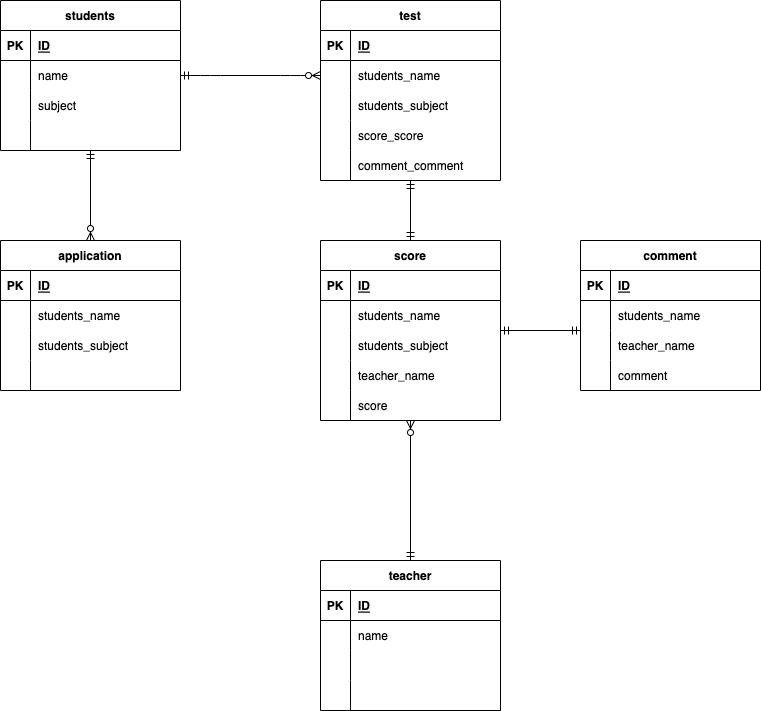
The draw.io diagram exercise.drawio.png in tanakak2206/Database-design-exercise, before a commit. Source tidied: cells renumbered, new cells last; positions are measured from the earlier drawing's top-left corner, leaving out a move shared by most shapes.
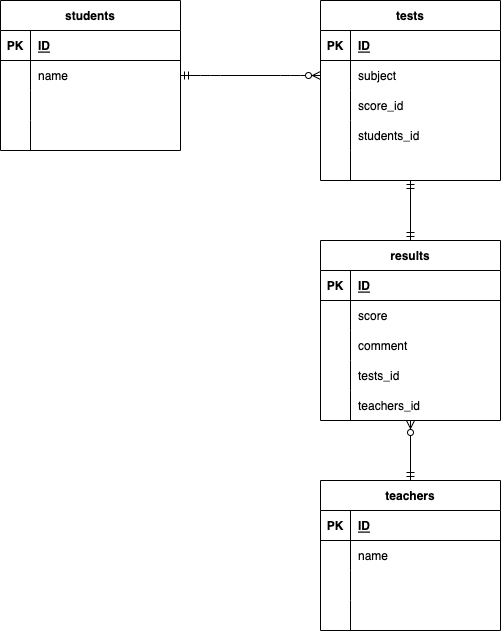
After the commit.

Diff of the diagram source:
```diff
@@ -29,7 +29,7 @@
     <mxCell id="10" style="shape=partialRectangle;fillColor=none;top=0;left=0;bottom=0;right=0;overflow=hidden;" parent="9" vertex="1">
       <mxGeometry width="30" height="30" as="geometry" />
     </mxCell>
-    <mxCell id="11" value="subject" style="shape=partialRectangle;fillColor=none;top=0;left=0;bottom=0;right=0;align=left;spacingLeft=6;overflow=hidden;" parent="9" vertex="1">
+    <mxCell id="11" style="shape=partialRectangle;fillColor=none;top=0;left=0;bottom=0;right=0;align=left;spacingLeft=6;overflow=hidden;" parent="9" vertex="1">
       <mxGeometry x="30" width="150" height="30" as="geometry" />
     </mxCell>
     <mxCell id="12" style="shape=partialRectangle;fillColor=none;top=0;left=0;bottom=0;right=0;" parent="2" vertex="1">
@@ -41,7 +41,7 @@
     <mxCell id="14" style="shape=partialRectangle;fillColor=none;top=0;left=0;bottom=0;right=0;align=left;spacingLeft=6;overflow=hidden;" parent="12" vertex="1">
       <mxGeometry x="30" width="150" height="30" as="geometry" />
     </mxCell>
-    <mxCell id="15" value="test" style="shape=table;startSize=30;rowLines=0;fontStyle=1;align=center;" parent="1" vertex="1">
+    <mxCell id="15" value="tests" style="shape=table;startSize=30;rowLines=0;fontStyle=1;align=center;" parent="1" vertex="1">
       <mxGeometry x="320" width="180" height="180" as="geometry" />
     </mxCell>
     <mxCell id="16" style="shape=partialRectangle;fillColor=none;top=0;left=0;bottom=1;right=0;" parent="15" vertex="1">
@@ -59,7 +59,7 @@
     <mxCell id="20" style="shape=partialRectangle;fillColor=none;top=0;left=0;bottom=0;right=0;overflow=hidden;" parent="19" vertex="1">
       <mxGeometry width="30" height="30" as="geometry" />
     </mxCell>
-    <mxCell id="21" value="students_name" style="shape=partialRectangle;fillColor=none;top=0;left=0;bottom=0;right=0;align=left;spacingLeft=6;overflow=hidden;" parent="19" vertex="1">
+    <mxCell id="21" value="subject" style="shape=partialRectangle;fillColor=none;top=0;left=0;bottom=0;right=0;align=left;spacingLeft=6;overflow=hidden;" parent="19" vertex="1">
       <mxGeometry x="30" width="150" height="30" as="geometry" />
     </mxCell>
     <mxCell id="22" style="shape=partialRectangle;fillColor=none;top=0;left=0;bottom=0;right=0;" parent="15" vertex="1">
@@ -68,7 +68,7 @@
     <mxCell id="23" style="shape=partialRectangle;fillColor=none;top=0;left=0;bottom=0;right=0;overflow=hidden;" parent="22" vertex="1">
       <mxGeometry width="30" height="30" as="geometry" />
     </mxCell>
-    <mxCell id="24" value="students_subject" style="shape=partialRectangle;fillColor=none;top=0;left=0;bottom=0;right=0;align=left;spacingLeft=6;overflow=hidden;" parent="22" vertex="1">
+    <mxCell id="24" value="score_id" style="shape=partialRectangle;fillColor=none;top=0;left=0;bottom=0;right=0;align=left;spacingLeft=6;overflow=hidden;" parent="22" vertex="1">
       <mxGeometry x="30" width="150" height="30" as="geometry" />
     </mxCell>
     <mxCell id="25" style="shape=partialRectangle;fillColor=none;top=0;left=0;bottom=0;right=0;" parent="15" vertex="1">
@@ -77,7 +77,7 @@
     <mxCell id="26" style="shape=partialRectangle;fillColor=none;top=0;left=0;bottom=0;right=0;overflow=hidden;" parent="25" vertex="1">
       <mxGeometry width="30" height="30" as="geometry" />
     </mxCell>
-    <mxCell id="27" value="score_score" style="shape=partialRectangle;fillColor=none;top=0;left=0;bottom=0;right=0;align=left;spacingLeft=6;overflow=hidden;" parent="25" vertex="1">
+    <mxCell id="27" value="students_id" style="shape=partialRectangle;fillColor=none;top=0;left=0;bottom=0;right=0;align=left;spacingLeft=6;overflow=hidden;" parent="25" vertex="1">
       <mxGeometry x="30" width="150" height="30" as="geometry" />
     </mxCell>
     <mxCell id="28" style="shape=partialRectangle;fillColor=none;top=0;left=0;bottom=0;right=0;" parent="15" vertex="1">
@@ -86,49 +86,10 @@
     <mxCell id="29" style="shape=partialRectangle;fillColor=none;top=0;left=0;bottom=0;right=0;overflow=hidden;" parent="28" vertex="1">
       <mxGeometry width="30" height="30" as="geometry" />
     </mxCell>
-    <mxCell id="30" value="comment_comment" style="shape=partialRectangle;fillColor=none;top=0;left=0;bottom=0;right=0;align=left;spacingLeft=6;overflow=hidden;" parent="28" vertex="1">
+    <mxCell id="30" style="shape=partialRectangle;fillColor=none;top=0;left=0;bottom=0;right=0;align=left;spacingLeft=6;overflow=hidden;" parent="28" vertex="1">
       <mxGeometry x="30" width="150" height="30" as="geometry" />
     </mxCell>
-    <mxCell id="31" value="application" style="shape=table;startSize=30;rowLines=0;fontStyle=1;align=center;" parent="1" vertex="1">
-      <mxGeometry y="240" width="180" height="150" as="geometry" />
-    </mxCell>
-    <mxCell id="32" style="shape=partialRectangle;fillColor=none;top=0;left=0;bottom=1;right=0;" parent="31" vertex="1">
-      <mxGeometry y="30" width="180" height="30" as="geometry" />
-    </mxCell>
-    <mxCell id="33" value="PK" style="shape=partialRectangle;fillColor=none;top=0;left=0;bottom=0;right=0;fontStyle=1;overflow=hidden;" parent="32" vertex="1">
-      <mxGeometry width="30" height="30" as="geometry" />
-    </mxCell>
-    <mxCell id="34" value="ID" style="shape=partialRectangle;fillColor=none;top=0;left=0;bottom=0;right=0;align=left;spacingLeft=6;fontStyle=5;overflow=hidden;" parent="32" vertex="1">
-      <mxGeometry x="30" width="150" height="30" as="geometry" />
-    </mxCell>
-    <mxCell id="35" style="shape=partialRectangle;fillColor=none;top=0;left=0;bottom=0;right=0;" parent="31" vertex="1">
-      <mxGeometry y="60" width="180" height="30" as="geometry" />
-    </mxCell>
-    <mxCell id="36" style="shape=partialRectangle;fillColor=none;top=0;left=0;bottom=0;right=0;overflow=hidden;" parent="35" vertex="1">
-      <mxGeometry width="30" height="30" as="geometry" />
-    </mxCell>
-    <mxCell id="37" value="students_name" style="shape=partialRectangle;fillColor=none;top=0;left=0;bottom=0;right=0;align=left;spacingLeft=6;overflow=hidden;" parent="35" vertex="1">
-      <mxGeometry x="30" width="150" height="30" as="geometry" />
-    </mxCell>
-    <mxCell id="38" style="shape=partialRectangle;fillColor=none;top=0;left=0;bottom=0;right=0;" parent="31" vertex="1">
-      <mxGeometry y="90" width="180" height="30" as="geometry" />
-    </mxCell>
-    <mxCell id="39" style="shape=partialRectangle;fillColor=none;top=0;left=0;bottom=0;right=0;overflow=hidden;" parent="38" vertex="1">
-      <mxGeometry width="30" height="30" as="geometry" />
-    </mxCell>
-    <mxCell id="40" value="students_subject" style="shape=partialRectangle;fillColor=none;top=0;left=0;bottom=0;right=0;align=left;spacingLeft=6;overflow=hidden;" parent="38" vertex="1">
-      <mxGeometry x="30" width="150" height="30" as="geometry" />
-    </mxCell>
-    <mxCell id="41" style="shape=partialRectangle;fillColor=none;top=0;left=0;bottom=0;right=0;" parent="31" vertex="1">
-      <mxGeometry y="120" width="180" height="30" as="geometry" />
-    </mxCell>
-    <mxCell id="42" style="shape=partialRectangle;fillColor=none;top=0;left=0;bottom=0;right=0;overflow=hidden;" parent="41" vertex="1">
-      <mxGeometry width="30" height="30" as="geometry" />
-    </mxCell>
-    <mxCell id="43" style="shape=partialRectangle;fillColor=none;top=0;left=0;bottom=0;right=0;align=left;spacingLeft=6;overflow=hidden;" parent="41" vertex="1">
-      <mxGeometry x="30" width="150" height="30" as="geometry" />
-    </mxCell>
-    <mxCell id="44" value="score" style="shape=table;startSize=30;rowLines=0;fontStyle=1;align=center;" parent="1" vertex="1">
+    <mxCell id="44" value="results" style="shape=table;startSize=30;rowLines=0;fontStyle=1;align=center;" parent="1" vertex="1">
       <mxGeometry x="320" y="240" width="180" height="180" as="geometry" />
     </mxCell>
     <mxCell id="45" style="shape=partialRectangle;fillColor=none;top=0;left=0;bottom=1;right=0;" parent="44" vertex="1">
@@ -146,7 +107,7 @@
     <mxCell id="49" style="shape=partialRectangle;fillColor=none;top=0;left=0;bottom=0;right=0;overflow=hidden;" parent="48" vertex="1">
       <mxGeometry width="30" height="30" as="geometry" />
     </mxCell>
-    <mxCell id="50" value="students_name" style="shape=partialRectangle;fillColor=none;top=0;left=0;bottom=0;right=0;align=left;spacingLeft=6;overflow=hidden;" parent="48" vertex="1">
+    <mxCell id="50" value="score" style="shape=partialRectangle;fillColor=none;top=0;left=0;bottom=0;right=0;align=left;spacingLeft=6;overflow=hidden;" parent="48" vertex="1">
       <mxGeometry x="30" width="150" height="30" as="geometry" />
     </mxCell>
     <mxCell id="51" style="shape=partialRectangle;fillColor=none;top=0;left=0;bottom=0;right=0;" parent="44" vertex="1">
@@ -155,7 +116,7 @@
     <mxCell id="52" style="shape=partialRectangle;fillColor=none;top=0;left=0;bottom=0;right=0;overflow=hidden;" parent="51" vertex="1">
       <mxGeometry width="30" height="30" as="geometry" />
     </mxCell>
-    <mxCell id="53" value="students_subject" style="shape=partialRectangle;fillColor=none;top=0;left=0;bottom=0;right=0;align=left;spacingLeft=6;overflow=hidden;" parent="51" vertex="1">
+    <mxCell id="53" value="comment" style="shape=partialRectangle;fillColor=none;top=0;left=0;bottom=0;right=0;align=left;spacingLeft=6;overflow=hidden;" parent="51" vertex="1">
       <mxGeometry x="30" width="150" height="30" as="geometry" />
     </mxCell>
     <mxCell id="54" style="shape=partialRectangle;fillColor=none;top=0;left=0;bottom=0;right=0;" parent="44" vertex="1">
@@ -164,7 +125,7 @@
     <mxCell id="55" style="shape=partialRectangle;fillColor=none;top=0;left=0;bottom=0;right=0;overflow=hidden;" parent="54" vertex="1">
       <mxGeometry width="30" height="30" as="geometry" />
     </mxCell>
-    <mxCell id="56" value="teacher_name" style="shape=partialRectangle;fillColor=none;top=0;left=0;bottom=0;right=0;align=left;spacingLeft=6;overflow=hidden;" parent="54" vertex="1">
+    <mxCell id="56" value="tests_id" style="shape=partialRectangle;fillColor=none;top=0;left=0;bottom=0;right=0;align=left;spacingLeft=6;overflow=hidden;" parent="54" vertex="1">
       <mxGeometry x="30" width="150" height="30" as="geometry" />
     </mxCell>
     <mxCell id="57" style="shape=partialRectangle;fillColor=none;top=0;left=0;bottom=0;right=0;" parent="44" vertex="1">
@@ -173,50 +134,11 @@
     <mxCell id="58" style="shape=partialRectangle;fillColor=none;top=0;left=0;bottom=0;right=0;overflow=hidden;" parent="57" vertex="1">
       <mxGeometry width="30" height="30" as="geometry" />
     </mxCell>
-    <mxCell id="59" value="score" style="shape=partialRectangle;fillColor=none;top=0;left=0;bottom=0;right=0;align=left;spacingLeft=6;overflow=hidden;" parent="57" vertex="1">
+    <mxCell id="59" value="teachers_id" style="shape=partialRectangle;fillColor=none;top=0;left=0;bottom=0;right=0;align=left;spacingLeft=6;overflow=hidden;" parent="57" vertex="1">
       <mxGeometry x="30" width="150" height="30" as="geometry" />
     </mxCell>
-    <mxCell id="60" value="comment" style="shape=table;startSize=30;rowLines=0;fontStyle=1;align=center;" parent="1" vertex="1">
-      <mxGeometry x="580" y="240" width="180" height="150" as="geometry" />
-    </mxCell>
-    <mxCell id="61" style="shape=partialRectangle;fillColor=none;top=0;left=0;bottom=1;right=0;" parent="60" vertex="1">
-      <mxGeometry y="30" width="180" height="30" as="geometry" />
-    </mxCell>
-    <mxCell id="62" value="PK" style="shape=partialRectangle;fillColor=none;top=0;left=0;bottom=0;right=0;fontStyle=1;overflow=hidden;" parent="61" vertex="1">
-      <mxGeometry width="30" height="30" as="geometry" />
-    </mxCell>
-    <mxCell id="63" value="ID" style="shape=partialRectangle;fillColor=none;top=0;left=0;bottom=0;right=0;align=left;spacingLeft=6;fontStyle=5;overflow=hidden;" parent="61" vertex="1">
-      <mxGeometry x="30" width="150" height="30" as="geometry" />
-    </mxCell>
-    <mxCell id="64" style="shape=partialRectangle;fillColor=none;top=0;left=0;bottom=0;right=0;" parent="60" vertex="1">
-      <mxGeometry y="60" width="180" height="30" as="geometry" />
-    </mxCell>
-    <mxCell id="65" style="shape=partialRectangle;fillColor=none;top=0;left=0;bottom=0;right=0;overflow=hidden;" parent="64" vertex="1">
-      <mxGeometry width="30" height="30" as="geometry" />
-    </mxCell>
-    <mxCell id="66" value="students_name" style="shape=partialRectangle;fillColor=none;top=0;left=0;bottom=0;right=0;align=left;spacingLeft=6;overflow=hidden;" parent="64" vertex="1">
-      <mxGeometry x="30" width="150" height="30" as="geometry" />
-    </mxCell>
-    <mxCell id="67" style="shape=partialRectangle;fillColor=none;top=0;left=0;bottom=0;right=0;points=[[0,0.5],[1,0.5]];portConstraint=eastwest;" parent="60" vertex="1">
-      <mxGeometry y="90" width="180" height="30" as="geometry" />
-    </mxCell>
-    <mxCell id="68" style="shape=partialRectangle;fillColor=none;top=0;left=0;bottom=0;right=0;overflow=hidden;" parent="67" vertex="1">
-      <mxGeometry width="30" height="30" as="geometry" />
-    </mxCell>
-    <mxCell id="69" value="teacher_name" style="shape=partialRectangle;fillColor=none;top=0;left=0;bottom=0;right=0;align=left;spacingLeft=6;overflow=hidden;" parent="67" vertex="1">
-      <mxGeometry x="30" width="150" height="30" as="geometry" />
-    </mxCell>
-    <mxCell id="70" style="shape=partialRectangle;fillColor=none;top=0;left=0;bottom=0;right=0;" parent="60" vertex="1">
-      <mxGeometry y="120" width="180" height="30" as="geometry" />
-    </mxCell>
-    <mxCell id="71" style="shape=partialRectangle;fillColor=none;top=0;left=0;bottom=0;right=0;overflow=hidden;" parent="70" vertex="1">
-      <mxGeometry width="30" height="30" as="geometry" />
-    </mxCell>
-    <mxCell id="72" value="comment" style="shape=partialRectangle;fillColor=none;top=0;left=0;bottom=0;right=0;align=left;spacingLeft=6;overflow=hidden;" parent="70" vertex="1">
-      <mxGeometry x="30" width="150" height="30" as="geometry" />
-    </mxCell>
-    <mxCell id="73" value="teacher" style="shape=table;startSize=30;rowLines=0;fontStyle=1;align=center;" parent="1" vertex="1">
-      <mxGeometry x="320" y="560" width="180" height="150" as="geometry" />
+    <mxCell id="73" value="teachers" style="shape=table;startSize=30;rowLines=0;fontStyle=1;align=center;" parent="1" vertex="1">
+      <mxGeometry x="320" y="480" width="180" height="150" as="geometry" />
     </mxCell>
     <mxCell id="74" style="shape=partialRectangle;fillColor=none;top=0;left=0;bottom=1;right=0;" parent="73" vertex="1">
       <mxGeometry y="30" width="180" height="30" as="geometry" />
@@ -257,11 +179,6 @@
     <mxCell id="86" style="edgeStyle=entityRelationEdgeStyle;fontSize=12;html=1;endArrow=ERzeroToMany;startArrow=ERmandOne;exitX=1;exitY=0.5;exitDx=0;exitDy=0;entryX=0;entryY=0.5;entryDx=0;entryDy=0;" parent="1" edge="1" source="6" target="19">
       <mxGeometry relative="1" as="geometry" />
     </mxCell>
-    <mxCell id="87" style="fontSize=12;html=1;endArrow=ERzeroToMany;startArrow=ERmandOne;entryX=0.5;entryY=0;entryDx=0;entryDy=0;" parent="1" edge="1" target="31">
-      <mxGeometry relative="1" as="geometry">
-        <mxPoint x="90" y="150" as="sourcePoint" />
-      </mxGeometry>
-    </mxCell>
     <mxCell id="88" style="fontSize=12;html=1;endArrow=ERzeroToMany;startArrow=ERmandOne;exitX=0.5;exitY=0;exitDx=0;exitDy=0;" parent="1" edge="1" source="73">
       <mxGeometry relative="1" as="geometry">
         <mxPoint x="410" y="420" as="targetPoint" />
@@ -272,10 +189,5 @@
         <mxPoint x="410" y="180" as="targetPoint" />
       </mxGeometry>
     </mxCell>
-    <mxCell id="90" style="fontSize=12;html=1;endArrow=ERmandOne;startArrow=ERmandOne;exitX=0.5;exitY=0;exitDx=0;exitDy=0;entryX=0;entryY=0;entryDx=0;entryDy=0;entryPerimeter=0;" parent="1" edge="1" target="67">
-      <mxGeometry relative="1" as="geometry">
-        <mxPoint x="500" y="330" as="sourcePoint" />
-      </mxGeometry>
-    </mxCell>
   </root>
 </mxGraphModel>
```
